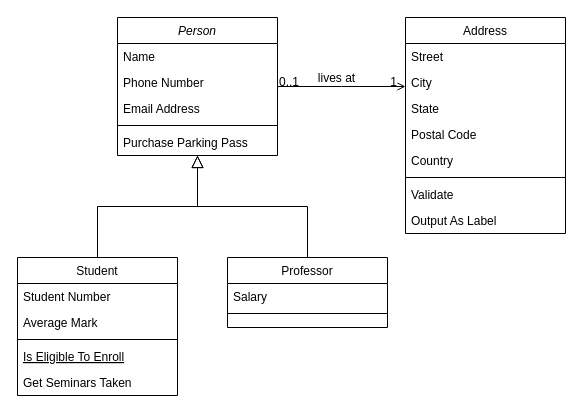
Above: tic-tac-toe.drawio in kkyouma/tic-tac-toe (draw.io), before the change. Source tidied: cells renumbered, new cells numbered last; positions are measured from the earlier drawing's top-left corner, leaving out a move shared by most shapes. Both pictures are drawn from the tidied source at 100%, with x=0, y=0 at pixel (17, 17).
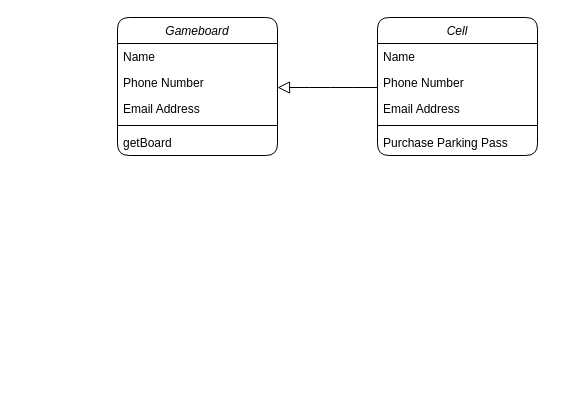
The same diagram, later.

Change to the diagram source:
```diff
@@
-    <mxCell id="2" value="Person" style="swimlane;fontStyle=2;align=center;verticalAlign=top;horizontal=1;startSize=26;rounded=0;shadow=0;strokeWidth=1;" parent="1" vertex="1">
+    <mxCell id="2" value="Gameboard" style="swimlane;fontStyle=2;align=center;verticalAlign=top;horizontal=1;startSize=26;rounded=1;shadow=0;strokeWidth=1;perimeterSpacing=0;arcSize=15;fillStyle=solid;fillColor=default;" parent="1" vertex="1">
       <mxGeometry x="100" width="160" height="138" as="geometry" />
     </mxCell>
@@
-    <mxCell id="7" value="Purchase Parking Pass" style="text;align=left;verticalAlign=top;spacingLeft=4;spacingRight=4;overflow=hidden;" parent="2" vertex="1">
+    <mxCell id="7" value="getBoard" style="text;align=left;verticalAlign=top;spacingLeft=4;spacingRight=4;overflow=hidden;" parent="2" vertex="1">
       <mxGeometry y="112" width="160" height="26" as="geometry" />
     </mxCell>
-    <mxCell id="8" value="Student" style="swimlane;fontStyle=0;align=center;verticalAlign=top;horizontal=1;startSize=26;rounded=0;shadow=0;strokeWidth=1;" parent="1" vertex="1">
-      <mxGeometry y="240" width="160" height="138" as="geometry" />
-    </mxCell>
-    <mxCell id="9" value="Student Number" style="text;align=left;verticalAlign=top;spacingLeft=4;spacingRight=4;overflow=hidden;" parent="8" vertex="1">
-      <mxGeometry y="26" width="160" height="26" as="geometry" />
-    </mxCell>
-    <mxCell id="10" value="Average Mark" style="text;align=left;verticalAlign=top;spacingLeft=4;spacingRight=4;overflow=hidden;rounded=0;shadow=0;html=0;" parent="8" vertex="1">
-      <mxGeometry y="52" width="160" height="26" as="geometry" />
-    </mxCell>
-    <mxCell id="11" style="line;html=1;strokeWidth=1;align=left;verticalAlign=middle;spacingTop=-1;spacingLeft=3;spacingRight=3;labelPosition=right;" parent="8" vertex="1">
-      <mxGeometry y="78" width="160" height="8" as="geometry" />
-    </mxCell>
-    <mxCell id="12" value="Is Eligible To Enroll" style="text;align=left;verticalAlign=top;spacingLeft=4;spacingRight=4;overflow=hidden;fontStyle=4;" parent="8" vertex="1">
-      <mxGeometry y="86" width="160" height="26" as="geometry" />
-    </mxCell>
-    <mxCell id="13" value="Get Seminars Taken" style="text;align=left;verticalAlign=top;spacingLeft=4;spacingRight=4;overflow=hidden;" parent="8" vertex="1">
-      <mxGeometry y="112" width="160" height="26" as="geometry" />
-    </mxCell>
-    <mxCell id="14" style="endArrow=block;endSize=10;endFill=0;shadow=0;strokeWidth=1;rounded=0;edgeStyle=elbowEdgeStyle;elbow=vertical;" parent="1" edge="1" source="8" target="2">
-      <mxGeometry relative="1" as="geometry" />
-    </mxCell>
-    <mxCell id="15" value="Professor" style="swimlane;fontStyle=0;align=center;verticalAlign=top;horizontal=1;startSize=26;rounded=0;shadow=0;strokeWidth=1;" parent="1" vertex="1">
-      <mxGeometry x="210" y="240" width="160" height="70" as="geometry" />
-    </mxCell>
-    <mxCell id="16" value="Salary" style="text;align=left;verticalAlign=top;spacingLeft=4;spacingRight=4;overflow=hidden;" parent="15" vertex="1">
-      <mxGeometry y="26" width="160" height="26" as="geometry" />
-    </mxCell>
-    <mxCell id="17" style="line;html=1;strokeWidth=1;align=left;verticalAlign=middle;spacingTop=-1;spacingLeft=3;spacingRight=3;labelPosition=right;" parent="15" vertex="1">
-      <mxGeometry y="52" width="160" height="8" as="geometry" />
-    </mxCell>
-    <mxCell id="18" style="endArrow=block;endSize=10;endFill=0;shadow=0;strokeWidth=1;rounded=0;edgeStyle=elbowEdgeStyle;elbow=vertical;" parent="1" edge="1" source="15" target="2">
-      <mxGeometry relative="1" as="geometry" />
+    <mxCell id="18" style="endArrow=block;endSize=10;endFill=0;shadow=0;strokeWidth=1;rounded=0;edgeStyle=elbowEdgeStyle;elbow=horizontal;curved=1;" parent="1" edge="1" source="34" target="2">
+      <mxGeometry relative="1" as="geometry">
+        <Array as="points">
+          <mxPoint x="310" y="70" />
+        </Array>
+      </mxGeometry>
     </mxCell>
-    <mxCell id="19" value="Address" style="swimlane;fontStyle=0;align=center;verticalAlign=top;horizontal=1;startSize=26;rounded=0;shadow=0;strokeWidth=1;" parent="1" vertex="1">
-      <mxGeometry x="388" width="160" height="216" as="geometry" />
-    </mxCell>
-    <mxCell id="20" value="Street" style="text;align=left;verticalAlign=top;spacingLeft=4;spacingRight=4;overflow=hidden;" parent="19" vertex="1">
-      <mxGeometry y="26" width="160" height="26" as="geometry" />
-    </mxCell>
-    <mxCell id="21" value="City" style="text;align=left;verticalAlign=top;spacingLeft=4;spacingRight=4;overflow=hidden;rounded=0;shadow=0;html=0;" parent="19" vertex="1">
-      <mxGeometry y="52" width="160" height="26" as="geometry" />
-    </mxCell>
-    <mxCell id="22" value="State" style="text;align=left;verticalAlign=top;spacingLeft=4;spacingRight=4;overflow=hidden;rounded=0;shadow=0;html=0;" parent="19" vertex="1">
-      <mxGeometry y="78" width="160" height="26" as="geometry" />
-    </mxCell>
-    <mxCell id="23" value="Postal Code" style="text;align=left;verticalAlign=top;spacingLeft=4;spacingRight=4;overflow=hidden;rounded=0;shadow=0;html=0;" parent="19" vertex="1">
-      <mxGeometry y="104" width="160" height="26" as="geometry" />
-    </mxCell>
-    <mxCell id="24" value="Country" style="text;align=left;verticalAlign=top;spacingLeft=4;spacingRight=4;overflow=hidden;rounded=0;shadow=0;html=0;" parent="19" vertex="1">
-      <mxGeometry y="130" width="160" height="26" as="geometry" />
-    </mxCell>
-    <mxCell id="25" style="line;html=1;strokeWidth=1;align=left;verticalAlign=middle;spacingTop=-1;spacingLeft=3;spacingRight=3;labelPosition=right;" parent="19" vertex="1">
-      <mxGeometry y="156" width="160" height="8" as="geometry" />
-    </mxCell>
-    <mxCell id="26" value="Validate" style="text;align=left;verticalAlign=top;spacingLeft=4;spacingRight=4;overflow=hidden;" parent="19" vertex="1">
-      <mxGeometry y="164" width="160" height="26" as="geometry" />
-    </mxCell>
-    <mxCell id="27" value="Output As Label" style="text;align=left;verticalAlign=top;spacingLeft=4;spacingRight=4;overflow=hidden;" parent="19" vertex="1">
-      <mxGeometry y="190" width="160" height="26" as="geometry" />
-    </mxCell>
-    <mxCell id="28" style="endArrow=open;shadow=0;strokeWidth=1;rounded=0;endFill=1;edgeStyle=elbowEdgeStyle;elbow=vertical;" parent="1" edge="1" source="2" target="19">
-      <mxGeometry x="0.5" y="41" relative="1" as="geometry">
-        <mxPoint x="-40" y="32" as="offset" />
-      </mxGeometry>
-    </mxCell>
-    <mxCell id="29" value="0..1" style="align=left;verticalAlign=bottom;labelBackgroundColor=none;fontSize=12;" parent="28" vertex="1">
-      <mxGeometry x="-1" relative="1" as="geometry">
-        <mxPoint y="4" as="offset" />
-      </mxGeometry>
-    </mxCell>
-    <mxCell id="30" value="1" style="align=right;verticalAlign=bottom;labelBackgroundColor=none;fontSize=12;" parent="28" vertex="1">
-      <mxGeometry x="1" relative="1" as="geometry">
-        <mxPoint x="-7" y="4" as="offset" />
-      </mxGeometry>
-    </mxCell>
-    <mxCell id="31" value="lives at" style="text;html=1;align=center;verticalAlign=middle;labelBackgroundColor=none;rounded=0;shadow=0;strokeWidth=1;fontSize=12;" parent="28" vertex="1">
-      <mxGeometry x="0.5" y="49" relative="1" as="geometry">
-        <mxPoint x="-38" y="40" as="offset" />
-      </mxGeometry>
-    </mxCell>
+    <mxCell id="32" value="Cell" style="swimlane;fontStyle=2;align=center;verticalAlign=top;horizontal=1;startSize=26;rounded=1;shadow=0;strokeWidth=1;perimeterSpacing=0;arcSize=15;fillStyle=solid;fillColor=default;" parent="1" vertex="1">
+      <mxGeometry x="360" width="160" height="138" as="geometry" />
+    </mxCell>
+    <mxCell id="33" value="Name" style="text;align=left;verticalAlign=top;spacingLeft=4;spacingRight=4;overflow=hidden;" parent="32" vertex="1">
+      <mxGeometry y="26" width="160" height="26" as="geometry" />
+    </mxCell>
+    <mxCell id="34" value="Phone Number" style="text;align=left;verticalAlign=top;spacingLeft=4;spacingRight=4;overflow=hidden;points=[[0,0.5],[1,0.5]];portConstraint=eastwest;rounded=0;shadow=0;html=0;" parent="32" vertex="1">
+      <mxGeometry y="52" width="160" height="26" as="geometry" />
+    </mxCell>
+    <mxCell id="35" value="Email Address" style="text;align=left;verticalAlign=top;spacingLeft=4;spacingRight=4;overflow=hidden;rounded=0;shadow=0;html=0;" parent="32" vertex="1">
+      <mxGeometry y="78" width="160" height="26" as="geometry" />
+    </mxCell>
+    <mxCell id="36" style="line;html=1;strokeWidth=1;align=left;verticalAlign=middle;spacingTop=-1;spacingLeft=3;spacingRight=3;labelPosition=right;" parent="32" vertex="1">
+      <mxGeometry y="104" width="160" height="8" as="geometry" />
+    </mxCell>
+    <mxCell id="37" value="Purchase Parking Pass" style="text;align=left;verticalAlign=top;spacingLeft=4;spacingRight=4;overflow=hidden;" parent="32" vertex="1">
+      <mxGeometry y="112" width="160" height="26" as="geometry" />
+    </mxCell>
```
